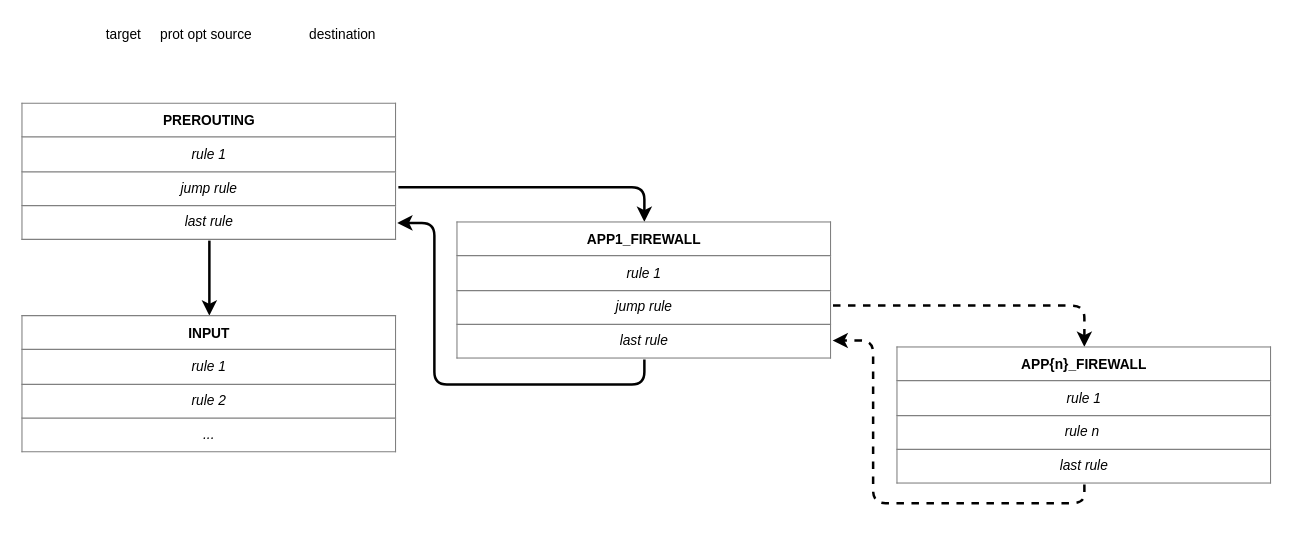
The draw.io diagram page "Page-3" (3 of 5) of images/openvpn_tun_interface.drawio in ilsergente1993/MasterThesis, before the edit. Source tidied: cells renumbered, new cells numbered last; positions are measured from the earlier drawing's top-left corner, leaving out a move shared by most shapes. Both pictures are drawn from the tidied source at 125%, with x=0, y=0 at pixel (21, 21).
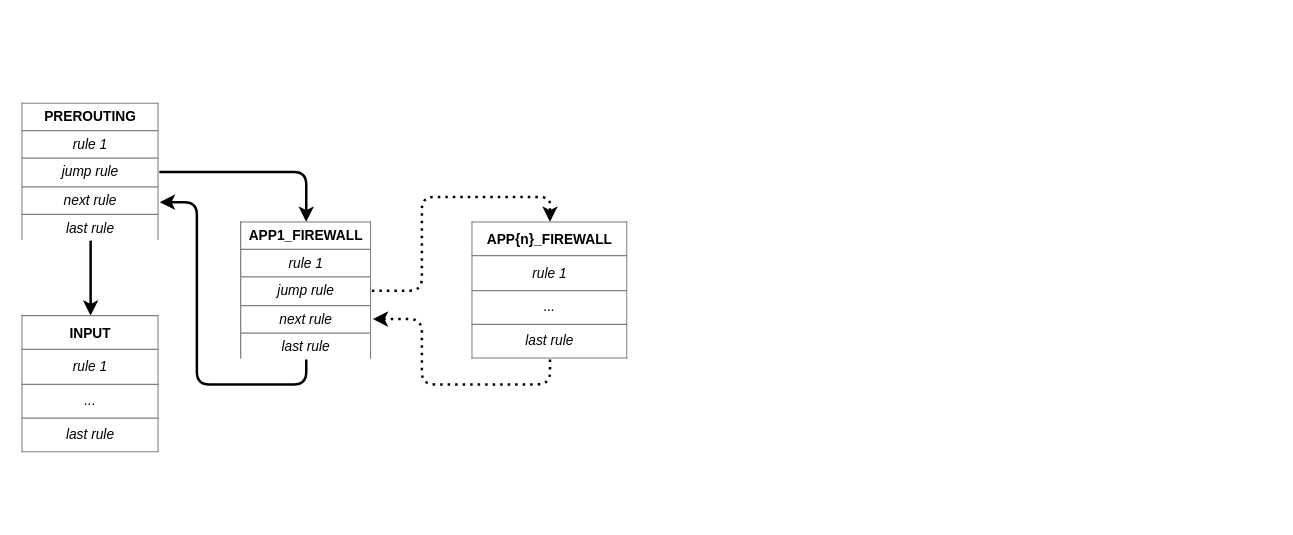
After the change.

Change to the diagram source:
```diff
@@
 <mxGraphModel>
   <root>
     <mxCell id="0" />
     <mxCell id="1" parent="0" />
-    <mxCell id="2" style="edgeStyle=orthogonalEdgeStyle;rounded=1;jettySize=auto;html=1;entryX=0.5;entryY=0;entryDx=0;entryDy=0;strokeWidth=2;fontSize=11;exitX=1.004;exitY=0.612;exitDx=0;exitDy=0;exitPerimeter=0;" parent="1" edge="1" source="4" target="8">
+    <mxCell id="2" style="edgeStyle=orthogonalEdgeStyle;rounded=1;jettySize=auto;html=1;entryX=0.5;entryY=0;entryDx=0;entryDy=0;strokeWidth=2;fontSize=11;exitX=1;exitY=0.5;exitDx=0;exitDy=0;" parent="1" edge="1" source="4" target="8">
       <mxGeometry relative="1" as="geometry">
         <Array as="points">
-          <mxPoint x="498" y="132" />
+          <mxPoint x="228" y="120" />
         </Array>
       </mxGeometry>
     </mxCell>
     <mxCell id="3" style="edgeStyle=orthogonalEdgeStyle;rounded=1;jettySize=auto;html=1;entryX=0.5;entryY=0;entryDx=0;entryDy=0;strokeWidth=2;fontSize=11;" parent="1" edge="1" source="4" target="11">
       <mxGeometry relative="1" as="geometry">
         <Array as="points">
-          <mxPoint x="150" y="175" />
-          <mxPoint x="150" y="175" />
+          <mxPoint x="55" y="200" />
+          <mxPoint x="55" y="200" />
         </Array>
       </mxGeometry>
     </mxCell>
-    <mxCell id="4" value="&lt;table border=&quot;1&quot; width=&quot;100%&quot; cellpadding=&quot;4&quot; style=&quot;width: 100% ; height: 100% ; border-collapse: collapse&quot;&gt;&lt;tbody&gt;&lt;tr&gt;&lt;th&gt;&lt;b&gt;PREROUTING&lt;/b&gt;&lt;/th&gt;&lt;/tr&gt;&lt;tr&gt;&lt;td&gt;&lt;i&gt;rule 1&lt;/i&gt;&lt;/td&gt;&lt;/tr&gt;&lt;tr&gt;&lt;td&gt;&lt;i&gt;jump rule&lt;br&gt;&lt;/i&gt;&lt;/td&gt;&lt;/tr&gt;&lt;tr&gt;&lt;td&gt;&lt;i&gt;last rule&lt;/i&gt;&lt;/td&gt;&lt;/tr&gt;&lt;/tbody&gt;&lt;/table&gt;" style="text;html=1;strokeColor=none;fillColor=none;overflow=fill;fontSize=11;align=center;" parent="1" vertex="1">
-      <mxGeometry y="65" width="300" height="110" as="geometry" />
+    <mxCell id="4" value="&lt;table border=&quot;1&quot; width=&quot;100%&quot; cellpadding=&quot;4&quot; style=&quot;width: 100% ; height: 100% ; border-collapse: collapse&quot;&gt;&lt;tbody&gt;&lt;tr&gt;&lt;th&gt;&lt;b&gt;PREROUTING&lt;/b&gt;&lt;/th&gt;&lt;/tr&gt;&lt;tr&gt;&lt;td&gt;&lt;i&gt;rule 1&lt;/i&gt;&lt;/td&gt;&lt;/tr&gt;&lt;tr&gt;&lt;td&gt;&lt;i&gt;jump rule&lt;br&gt;&lt;/i&gt;&lt;/td&gt;&lt;/tr&gt;&lt;tr&gt;&lt;td&gt;&lt;i&gt;next rule&lt;/i&gt;&lt;/td&gt;&lt;/tr&gt;&lt;tr&gt;&lt;td&gt;&lt;i&gt;last rule&lt;/i&gt;&lt;/td&gt;&lt;/tr&gt;&lt;/tbody&gt;&lt;/table&gt;" style="text;html=1;strokeColor=none;fillColor=none;overflow=fill;fontSize=11;align=center;" parent="1" vertex="1">
+      <mxGeometry y="65" width="110" height="110" as="geometry" />
     </mxCell>
-    <mxCell id="5" value="target&amp;nbsp; &amp;nbsp; &amp;nbsp;prot opt source&amp;nbsp; &amp;nbsp; &amp;nbsp; &amp;nbsp; &amp;nbsp; &amp;nbsp; &amp;nbsp; &amp;nbsp;destination" style="text;html=1;align=center;verticalAlign=middle;fontSize=11;" parent="1" vertex="1">
-      <mxGeometry x="60" width="230" height="20" as="geometry" />
-    </mxCell>
-    <mxCell id="6" style="edgeStyle=orthogonalEdgeStyle;rounded=1;jettySize=auto;html=1;entryX=0.5;entryY=0;entryDx=0;entryDy=0;strokeWidth=2;fontSize=11;dashed=1;exitX=1.003;exitY=0.609;exitDx=0;exitDy=0;exitPerimeter=0;" parent="1" edge="1" source="8" target="10">
-      <mxGeometry relative="1" as="geometry" />
+    <mxCell id="6" style="edgeStyle=orthogonalEdgeStyle;rounded=1;jettySize=auto;html=1;entryX=0.5;entryY=0;entryDx=0;entryDy=0;strokeWidth=2;fontSize=11;dashed=1;exitX=1;exitY=0.5;exitDx=0;exitDy=0;dashPattern=1 2;" parent="1" edge="1" source="8" target="10">
+      <mxGeometry relative="1" as="geometry">
+        <Array as="points">
+          <mxPoint x="320" y="215" />
+          <mxPoint x="320" y="140" />
+          <mxPoint x="422" y="140" />
+        </Array>
+      </mxGeometry>
     </mxCell>
-    <mxCell id="7" style="edgeStyle=orthogonalEdgeStyle;rounded=1;jettySize=auto;html=1;entryX=1.001;entryY=0.871;entryDx=0;entryDy=0;entryPerimeter=0;strokeWidth=2;exitX=0.5;exitY=1;exitDx=0;exitDy=0;" parent="1" edge="1" source="8" target="4">
+    <mxCell id="7" style="edgeStyle=orthogonalEdgeStyle;rounded=1;jettySize=auto;html=1;strokeWidth=2;exitX=0.5;exitY=1;exitDx=0;exitDy=0;entryX=1.003;entryY=0.72;entryDx=0;entryDy=0;entryPerimeter=0;" parent="1" edge="1" source="8" target="4">
       <mxGeometry relative="1" as="geometry">
         <Array as="points">
-          <mxPoint x="498" y="290" />
-          <mxPoint x="330" y="290" />
-          <mxPoint x="330" y="160" />
+          <mxPoint x="227" y="290" />
+          <mxPoint x="140" y="290" />
+          <mxPoint x="140" y="144" />
         </Array>
       </mxGeometry>
     </mxCell>
-    <mxCell id="8" value="&lt;table border=&quot;1&quot; width=&quot;100%&quot; cellpadding=&quot;4&quot; style=&quot;width: 100% ; height: 100% ; border-collapse: collapse&quot;&gt;&lt;tbody&gt;&lt;tr&gt;&lt;th&gt;&lt;b&gt;APP1_FIREWALL&lt;/b&gt;&lt;/th&gt;&lt;/tr&gt;&lt;tr&gt;&lt;td&gt;&lt;i&gt;rule 1&lt;/i&gt;&lt;/td&gt;&lt;/tr&gt;&lt;tr&gt;&lt;td&gt;&lt;i&gt;jump rule&lt;/i&gt;&lt;/td&gt;&lt;/tr&gt;&lt;tr&gt;&lt;td&gt;&lt;i&gt;last rule&lt;/i&gt;&lt;/td&gt;&lt;/tr&gt;&lt;/tbody&gt;&lt;/table&gt;" style="text;html=1;strokeColor=none;fillColor=none;overflow=fill;fontSize=11;align=center;" parent="1" vertex="1">
-      <mxGeometry x="348" y="160" width="300" height="110" as="geometry" />
+    <mxCell id="8" value="&lt;table border=&quot;1&quot; width=&quot;100%&quot; cellpadding=&quot;4&quot; style=&quot;width: 100% ; height: 100% ; border-collapse: collapse&quot;&gt;&lt;tbody&gt;&lt;tr&gt;&lt;th&gt;&lt;b&gt;APP1_FIREWALL&lt;/b&gt;&lt;/th&gt;&lt;/tr&gt;&lt;tr&gt;&lt;td&gt;&lt;i&gt;rule 1&lt;/i&gt;&lt;/td&gt;&lt;/tr&gt;&lt;tr&gt;&lt;td&gt;&lt;i&gt;jump rule&lt;/i&gt;&lt;/td&gt;&lt;/tr&gt;&lt;tr&gt;&lt;td&gt;&lt;i&gt;next rule&lt;/i&gt;&lt;/td&gt;&lt;/tr&gt;&lt;tr&gt;&lt;td&gt;&lt;i&gt;last rule&lt;/i&gt;&lt;/td&gt;&lt;/tr&gt;&lt;/tbody&gt;&lt;/table&gt;" style="text;html=1;strokeColor=none;fillColor=none;overflow=fill;fontSize=11;align=center;" parent="1" vertex="1">
+      <mxGeometry x="175" y="160" width="105" height="110" as="geometry" />
     </mxCell>
-    <mxCell id="9" style="edgeStyle=orthogonalEdgeStyle;rounded=1;jettySize=auto;html=1;strokeWidth=2;fontSize=11;exitX=0.5;exitY=1;exitDx=0;exitDy=0;entryX=1.002;entryY=0.863;entryDx=0;entryDy=0;entryPerimeter=0;dashed=1;" parent="1" edge="1" source="10" target="8">
+    <mxCell id="9" style="edgeStyle=orthogonalEdgeStyle;rounded=1;jettySize=auto;html=1;strokeWidth=2;fontSize=11;exitX=0.5;exitY=1;exitDx=0;exitDy=0;entryX=1.007;entryY=0.707;entryDx=0;entryDy=0;dashed=1;entryPerimeter=0;dashPattern=1 2;" parent="1" edge="1" source="10" target="8">
       <mxGeometry relative="1" as="geometry">
         <Array as="points">
-          <mxPoint x="850" y="385" />
-          <mxPoint x="681" y="385" />
-          <mxPoint x="681" y="254" />
+          <mxPoint x="422" y="290" />
+          <mxPoint x="320" y="290" />
+          <mxPoint x="320" y="238" />
         </Array>
       </mxGeometry>
     </mxCell>
-    <mxCell id="10" value="&lt;table border=&quot;1&quot; width=&quot;100%&quot; cellpadding=&quot;4&quot; style=&quot;width: 100% ; height: 100% ; border-collapse: collapse&quot;&gt;&lt;tbody&gt;&lt;tr&gt;&lt;th&gt;&lt;b&gt;APP{n}_FIREWALL&lt;/b&gt;&lt;/th&gt;&lt;/tr&gt;&lt;tr&gt;&lt;td&gt;&lt;i&gt;rule 1&lt;/i&gt;&lt;/td&gt;&lt;/tr&gt;&lt;tr&gt;&lt;td&gt;&lt;i&gt;rule n&amp;nbsp;&lt;/i&gt;&lt;/td&gt;&lt;/tr&gt;&lt;tr&gt;&lt;td&gt;&lt;i&gt;last rule&lt;/i&gt;&lt;/td&gt;&lt;/tr&gt;&lt;/tbody&gt;&lt;/table&gt;" style="text;html=1;strokeColor=none;fillColor=none;overflow=fill;fontSize=11;align=center;" parent="1" vertex="1">
-      <mxGeometry x="700" y="260" width="300" height="110" as="geometry" />
+    <mxCell id="10" value="&lt;table border=&quot;1&quot; width=&quot;100%&quot; cellpadding=&quot;4&quot; style=&quot;width: 100% ; height: 100% ; border-collapse: collapse&quot;&gt;&lt;tbody&gt;&lt;tr&gt;&lt;th&gt;&lt;b&gt;APP{n}_FIREWALL&lt;/b&gt;&lt;/th&gt;&lt;/tr&gt;&lt;tr&gt;&lt;td&gt;&lt;i&gt;rule 1&lt;/i&gt;&lt;/td&gt;&lt;/tr&gt;&lt;tr&gt;&lt;td&gt;&lt;i&gt;...&lt;/i&gt;&lt;/td&gt;&lt;/tr&gt;&lt;tr&gt;&lt;td&gt;&lt;i&gt;last rule&lt;/i&gt;&lt;/td&gt;&lt;/tr&gt;&lt;/tbody&gt;&lt;/table&gt;" style="text;html=1;strokeColor=none;fillColor=none;overflow=fill;fontSize=11;align=center;" parent="1" vertex="1">
+      <mxGeometry x="360" y="160" width="125" height="110" as="geometry" />
     </mxCell>
-    <mxCell id="11" value="&lt;table border=&quot;1&quot; width=&quot;100%&quot; cellpadding=&quot;4&quot; style=&quot;width: 100% ; height: 100% ; border-collapse: collapse&quot;&gt;&lt;tbody&gt;&lt;tr&gt;&lt;th&gt;&lt;b&gt;INPUT&lt;/b&gt;&lt;/th&gt;&lt;/tr&gt;&lt;tr&gt;&lt;td&gt;&lt;i&gt;rule 1&lt;/i&gt;&lt;/td&gt;&lt;/tr&gt;&lt;tr&gt;&lt;td&gt;&lt;i&gt;rule 2&lt;/i&gt;&lt;/td&gt;&lt;/tr&gt;&lt;tr&gt;&lt;td&gt;&lt;i&gt;...&lt;/i&gt;&lt;/td&gt;&lt;/tr&gt;&lt;/tbody&gt;&lt;/table&gt;" style="text;html=1;strokeColor=none;fillColor=none;overflow=fill;fontSize=11;align=center;" parent="1" vertex="1">
-      <mxGeometry y="235" width="300" height="110" as="geometry" />
+    <mxCell id="11" value="&lt;table border=&quot;1&quot; width=&quot;100%&quot; cellpadding=&quot;4&quot; style=&quot;width: 100% ; height: 100% ; border-collapse: collapse&quot;&gt;&lt;tbody&gt;&lt;tr&gt;&lt;th&gt;&lt;b&gt;INPUT&lt;/b&gt;&lt;/th&gt;&lt;/tr&gt;&lt;tr&gt;&lt;td&gt;&lt;i&gt;rule 1&lt;/i&gt;&lt;/td&gt;&lt;/tr&gt;&lt;tr&gt;&lt;td&gt;&lt;i&gt;...&lt;/i&gt;&lt;/td&gt;&lt;/tr&gt;&lt;tr&gt;&lt;td&gt;&lt;i&gt;last rule&lt;/i&gt;&lt;/td&gt;&lt;/tr&gt;&lt;/tbody&gt;&lt;/table&gt;" style="text;html=1;strokeColor=none;fillColor=none;overflow=fill;fontSize=11;align=center;" parent="1" vertex="1">
+      <mxGeometry y="235" width="110" height="110" as="geometry" />
     </mxCell>
   </root>
 </mxGraphModel>
```
